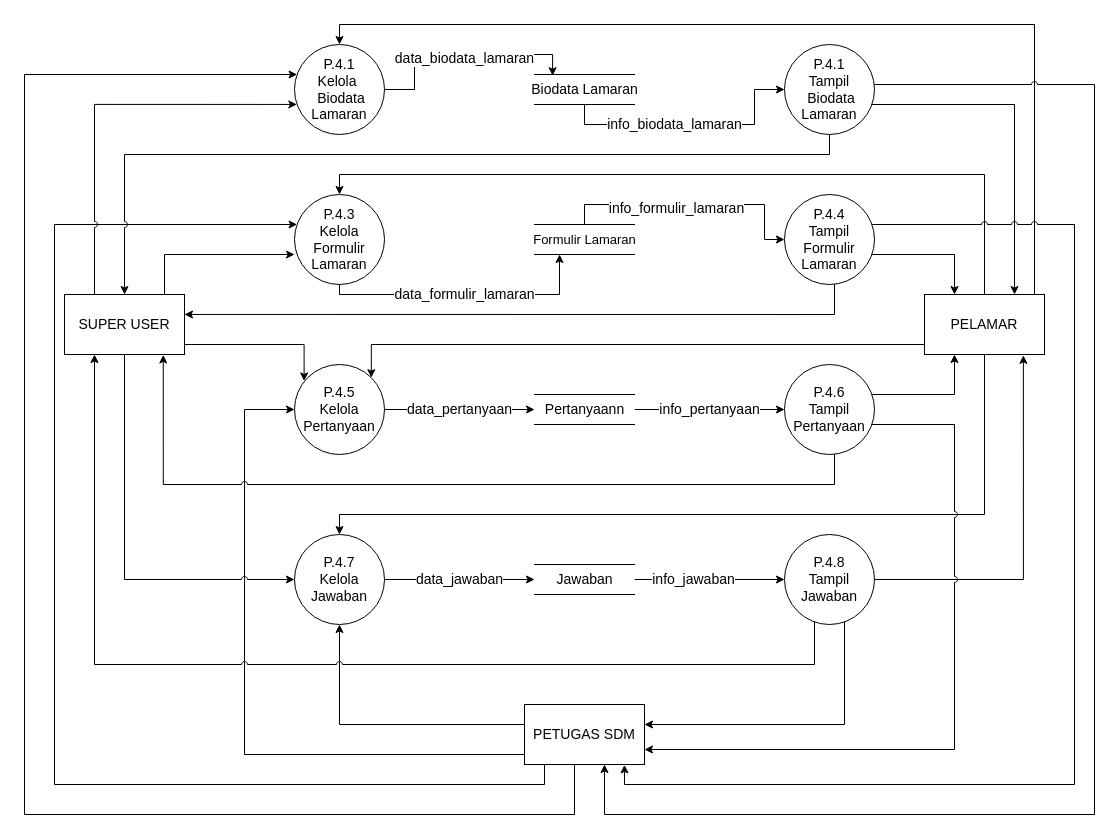
keys2505/tugas-akhir keeps this draw.io diagram as page "DFD P.4" (6 of 7) of DFD v2.drawio. Above is the earlier version. Source tidied: cells renumbered, new cells numbered last; positions are measured from the earlier drawing's top-left corner, leaving out a move shared by most shapes. Both pictures are drawn from the tidied source at 100%, with x=0, y=0 at pixel (24, 24).
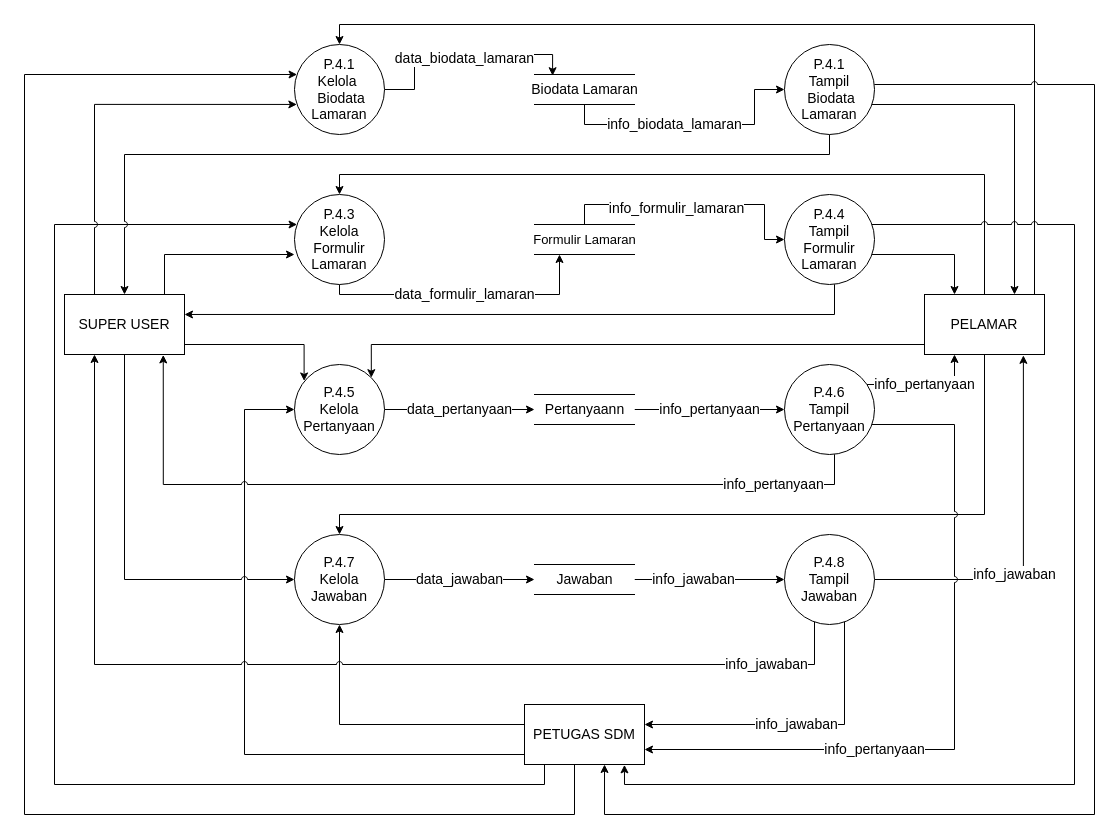
The same diagram, later.

Unchanged cells that the change refers to:
```xml
<mxCell id="11" value="PETUGAS SDM" style="rounded=0;whiteSpace=wrap;html=1;fontSize=14;" parent="1" vertex="1">
  <mxGeometry x="500" y="680" width="120" height="60" as="geometry" />
</mxCell>
<mxCell id="16" value="SUPER USER" style="rounded=0;whiteSpace=wrap;html=1;fontSize=14;" parent="1" vertex="1">
  <mxGeometry x="40" y="270" width="120" height="60" as="geometry" />
</mxCell>
<mxCell id="21" value="PELAMAR" style="rounded=0;whiteSpace=wrap;html=1;fontSize=14;" parent="1" vertex="1">
  <mxGeometry x="900" y="270" width="120" height="60" as="geometry" />
</mxCell>
<mxCell id="37" value="&lt;div style=&quot;font-size: 14px;&quot;&gt;P.4.6&lt;/div&gt;&lt;div style=&quot;font-size: 14px;&quot;&gt;Tampil Pertanyaan&lt;/div&gt;" style="ellipse;whiteSpace=wrap;html=1;fontSize=14;" parent="1" vertex="1">
  <mxGeometry x="760" y="340" width="90" height="90" as="geometry" />
</mxCell>
<mxCell id="45" value="&lt;div style=&quot;font-size: 14px;&quot;&gt;P.4.8&lt;/div&gt;&lt;div style=&quot;font-size: 14px;&quot;&gt;Tampil Jawaban&lt;/div&gt;" style="ellipse;whiteSpace=wrap;html=1;fontSize=14;" parent="1" vertex="1">
  <mxGeometry x="760" y="510" width="90" height="90" as="geometry" />
</mxCell>
```

Change to the diagram source:
```diff
@@
-    <mxCell id="35" style="edgeStyle=orthogonalEdgeStyle;rounded=0;jettySize=auto;html=1;entryX=0.823;entryY=1.007;entryDx=0;entryDy=0;entryPerimeter=0;jumpStyle=arc;fontSize=14;" parent="1" edge="1" source="37" target="16">
-      <mxGeometry relative="1" as="geometry">
+    <mxCell id="35" value="&lt;span style=&quot;color: rgb(0, 0, 0); font-family: Helvetica; font-size: 14px; font-style: normal; font-variant-ligatures: normal; font-variant-caps: normal; font-weight: 400; letter-spacing: normal; orphans: 2; text-align: center; text-indent: 0px; text-transform: none; widows: 2; word-spacing: 0px; -webkit-text-stroke-width: 0px; background-color: rgb(255, 255, 255); text-decoration-thickness: initial; text-decoration-style: initial; text-decoration-color: initial; float: none; display: inline !important;&quot;&gt;info_pertanyaan&lt;/span&gt;" style="edgeStyle=orthogonalEdgeStyle;rounded=0;jettySize=auto;html=1;entryX=0.823;entryY=1.007;entryDx=0;entryDy=0;entryPerimeter=0;jumpStyle=arc;fontSize=14;" parent="1" edge="1" source="37" target="16">
+      <mxGeometry x="-0.78" relative="1" as="geometry">
         <Array as="points">
           <mxPoint x="810" y="460" />
           <mxPoint x="139" y="460" />
         </Array>
       </mxGeometry>
     </mxCell>
-    <mxCell id="36" style="edgeStyle=orthogonalEdgeStyle;rounded=0;jettySize=auto;html=1;entryX=0.25;entryY=1;entryDx=0;entryDy=0;fontSize=14;" parent="1" edge="1" source="37" target="21">
-      <mxGeometry relative="1" as="geometry">
+    <mxCell id="36" value="&lt;span style=&quot;color: rgb(0, 0, 0); font-family: Helvetica; font-size: 14px; font-style: normal; font-variant-ligatures: normal; font-variant-caps: normal; font-weight: 400; letter-spacing: normal; orphans: 2; text-align: center; text-indent: 0px; text-transform: none; widows: 2; word-spacing: 0px; -webkit-text-stroke-width: 0px; background-color: rgb(255, 255, 255); text-decoration-thickness: initial; text-decoration-style: initial; text-decoration-color: initial; float: none; display: inline !important;&quot;&gt;info_pertanyaan&lt;/span&gt;" style="edgeStyle=orthogonalEdgeStyle;rounded=0;jettySize=auto;html=1;entryX=0.25;entryY=1;entryDx=0;entryDy=0;fontSize=14;" parent="1" edge="1" source="37" target="21">
+      <mxGeometry x="-0.02" relative="1" as="geometry">
         <Array as="points">
-          <mxPoint x="930" y="370" />
+          <mxPoint x="930" y="360" />
         </Array>
       </mxGeometry>
     </mxCell>
@@
-    <mxCell id="42" style="edgeStyle=orthogonalEdgeStyle;rounded=0;jettySize=auto;html=1;entryX=0.25;entryY=1;entryDx=0;entryDy=0;jumpStyle=arc;fontSize=14;" parent="1" edge="1" source="45" target="16">
-      <mxGeometry relative="1" as="geometry">
+    <mxCell id="42" value="&lt;span style=&quot;color: rgb(0, 0, 0); font-family: Helvetica; font-size: 14px; font-style: normal; font-variant-ligatures: normal; font-variant-caps: normal; font-weight: 400; letter-spacing: normal; orphans: 2; text-align: center; text-indent: 0px; text-transform: none; widows: 2; word-spacing: 0px; -webkit-text-stroke-width: 0px; background-color: rgb(255, 255, 255); text-decoration-thickness: initial; text-decoration-style: initial; text-decoration-color: initial; float: none; display: inline !important;&quot;&gt;info_jawaban&lt;/span&gt;" style="edgeStyle=orthogonalEdgeStyle;rounded=0;jettySize=auto;html=1;entryX=0.25;entryY=1;entryDx=0;entryDy=0;jumpStyle=arc;fontSize=14;" parent="1" edge="1" source="45" target="16">
+      <mxGeometry x="-0.83" relative="1" as="geometry">
         <Array as="points">
           <mxPoint x="790" y="640" />
           <mxPoint x="70" y="640" />
         </Array>
       </mxGeometry>
     </mxCell>
-    <mxCell id="43" style="edgeStyle=orthogonalEdgeStyle;rounded=0;jettySize=auto;html=1;fontSize=14;" parent="1" edge="1" source="45">
+    <mxCell id="43" value="&lt;span style=&quot;color: rgb(0, 0, 0); font-family: Helvetica; font-size: 14px; font-style: normal; font-variant-ligatures: normal; font-variant-caps: normal; font-weight: 400; letter-spacing: normal; orphans: 2; text-align: center; text-indent: 0px; text-transform: none; widows: 2; word-spacing: 0px; -webkit-text-stroke-width: 0px; background-color: rgb(255, 255, 255); text-decoration-thickness: initial; text-decoration-style: initial; text-decoration-color: initial; float: none; display: inline !important;&quot;&gt;info_jawaban&lt;/span&gt;" style="edgeStyle=orthogonalEdgeStyle;rounded=0;jettySize=auto;html=1;fontSize=14;" parent="1" edge="1" source="45">
       <mxGeometry relative="1" as="geometry">
         <mxPoint x="620" y="700" as="targetPoint" />
         <Array as="points">
           <mxPoint x="820" y="700" />
           <mxPoint x="620" y="700" />
         </Array>
       </mxGeometry>
     </mxCell>
-    <mxCell id="44" style="edgeStyle=orthogonalEdgeStyle;rounded=0;jettySize=auto;html=1;entryX=0.824;entryY=1.014;entryDx=0;entryDy=0;entryPerimeter=0;fontSize=14;" parent="1" edge="1" source="45" target="21">
-      <mxGeometry relative="1" as="geometry" />
+    <mxCell id="44" value="&lt;span style=&quot;color: rgb(0, 0, 0); font-family: Helvetica; font-size: 14px; font-style: normal; font-variant-ligatures: normal; font-variant-caps: normal; font-weight: 400; letter-spacing: normal; orphans: 2; text-align: center; text-indent: 0px; text-transform: none; widows: 2; word-spacing: 0px; -webkit-text-stroke-width: 0px; background-color: rgb(255, 255, 255); text-decoration-thickness: initial; text-decoration-style: initial; text-decoration-color: initial; float: none; display: inline !important;&quot;&gt;info_jawaban&lt;/span&gt;" style="edgeStyle=orthogonalEdgeStyle;rounded=0;jettySize=auto;html=1;entryX=0.824;entryY=1.014;entryDx=0;entryDy=0;entryPerimeter=0;fontSize=14;" parent="1" edge="1" source="45" target="21">
+      <mxGeometry x="-0.25" y="5" relative="1" as="geometry" />
     </mxCell>
@@
-    <mxCell id="50" style="edgeStyle=orthogonalEdgeStyle;rounded=0;jettySize=auto;html=1;entryX=1;entryY=0.75;entryDx=0;entryDy=0;jumpStyle=arc;fontSize=14;" parent="1" edge="1" source="37" target="11">
-      <mxGeometry relative="1" as="geometry">
+    <mxCell id="50" value="&lt;span style=&quot;color: rgb(0, 0, 0); font-family: Helvetica; font-size: 14px; font-style: normal; font-variant-ligatures: normal; font-variant-caps: normal; font-weight: 400; letter-spacing: normal; orphans: 2; text-align: center; text-indent: 0px; text-transform: none; widows: 2; word-spacing: 0px; -webkit-text-stroke-width: 0px; background-color: rgb(255, 255, 255); text-decoration-thickness: initial; text-decoration-style: initial; text-decoration-color: initial; float: none; display: inline !important;&quot;&gt;info_pertanyaan&lt;/span&gt;" style="edgeStyle=orthogonalEdgeStyle;rounded=0;jettySize=auto;html=1;entryX=1;entryY=0.75;entryDx=0;entryDy=0;jumpStyle=arc;fontSize=14;" parent="1" edge="1" source="37" target="11">
+      <mxGeometry x="0.36" relative="1" as="geometry">
         <Array as="points">
           <mxPoint x="930" y="400" />
           <mxPoint x="930" y="725" />
         </Array>
       </mxGeometry>
     </mxCell>
```
